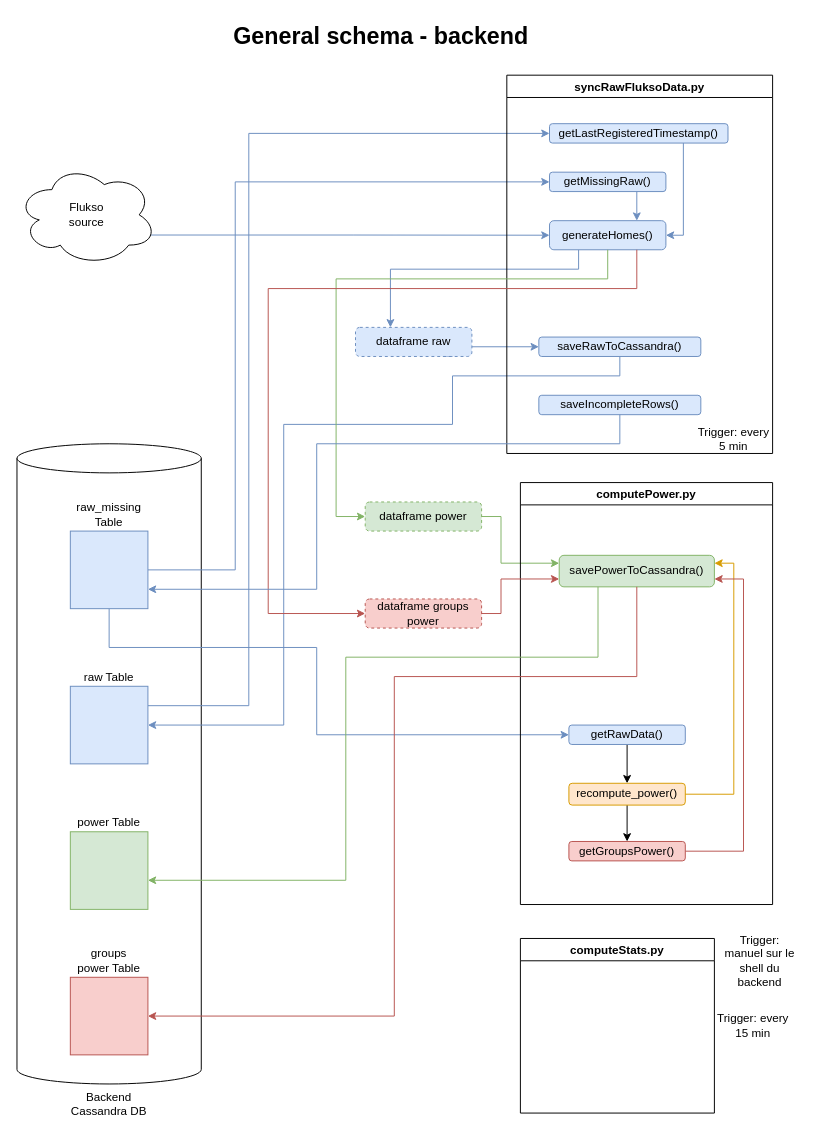
Earlier version of the draw.io diagram page "Backend - general" (7 of 10) of documentation/documentation_diagrams.drawio (AlexandreHnf/Voisin-d-energie-ULB). Source tidied: cells renumbered, new cells numbered last; positions are measured from the earlier drawing's top-left corner, leaving out a move shared by most shapes. Both pictures are drawn from the tidied source at 97%, with x=0, y=0 at pixel (16, 16).
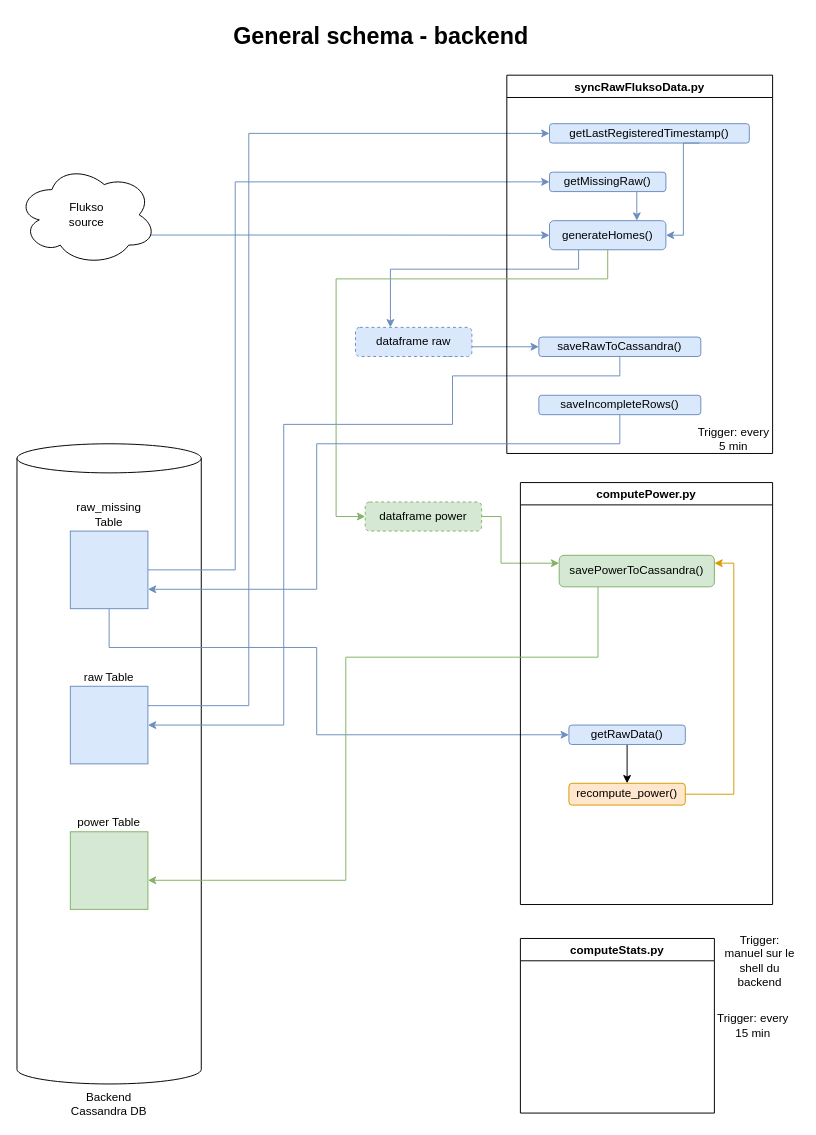
After the change.

Commit message (it also covers changes not shown here):
doc : update backend schemas : remove groups

The change refers to these unchanged cells:
```xml
<mxCell id="18" value="syncRawFluksoData.py" style="swimlane;" parent="1" vertex="1">
  <mxGeometry x="505" y="60" width="274" height="390" as="geometry" />
</mxCell>
<mxCell id="23" value="generateHomes()" style="rounded=1;whiteSpace=wrap;html=1;fillColor=#dae8fc;strokeColor=#6c8ebf;" parent="18" vertex="1">
  <mxGeometry x="44" y="150" width="120" height="30" as="geometry" />
</mxCell>
<mxCell id="27" value="computePower.py" style="swimlane;" parent="1" vertex="1">
  <mxGeometry x="519" y="480" width="260" height="435" as="geometry" />
</mxCell>
<mxCell id="29" value="&lt;div&gt;recompute_power()&lt;/div&gt;" style="rounded=1;whiteSpace=wrap;html=1;fillColor=#ffe6cc;strokeColor=#d79b00;" parent="27" vertex="1">
  <mxGeometry x="50" y="310" width="120" height="22.5" as="geometry" />
</mxCell>
<mxCell id="30" value="savePowerToCassandra()" style="rounded=1;whiteSpace=wrap;html=1;fillColor=#d5e8d4;strokeColor=#82b366;" parent="27" vertex="1">
  <mxGeometry x="40" y="75" width="160" height="32.5" as="geometry" />
</mxCell>
```

What changed in the source:
```diff
@@
     <mxCell id="22" value="getLastRegisteredTimestamp()" style="rounded=1;whiteSpace=wrap;html=1;fillColor=#dae8fc;strokeColor=#6c8ebf;" parent="18" vertex="1">
-      <mxGeometry x="44" y="50" width="184" height="20" as="geometry" />
+      <mxGeometry x="44" y="50" width="206" height="20" as="geometry" />
     </mxCell>
@@
-    <mxCell id="28" style="edgeStyle=orthogonalEdgeStyle;rounded=0;jettySize=auto;html=1;exitX=0.5;exitY=1;exitDx=0;exitDy=0;entryX=0.5;entryY=0;entryDx=0;entryDy=0;" parent="27" edge="1" source="29" target="33">
-      <mxGeometry relative="1" as="geometry" />
-    </mxCell>
@@
-    <mxCell id="32" style="edgeStyle=orthogonalEdgeStyle;rounded=0;jettySize=auto;html=1;exitX=1;exitY=0.5;exitDx=0;exitDy=0;entryX=1;entryY=0.75;entryDx=0;entryDy=0;fillColor=#f8cecc;strokeColor=#b85450;" parent="27" edge="1" source="33" target="30">
-      <mxGeometry relative="1" as="geometry">
-        <Array as="points">
-          <mxPoint x="230" y="380" />
-          <mxPoint x="230" y="99" />
-        </Array>
-      </mxGeometry>
-    </mxCell>
-    <mxCell id="33" value="getGroupsPower()" style="rounded=1;whiteSpace=wrap;html=1;fillColor=#f8cecc;strokeColor=#b85450;" parent="27" vertex="1">
-      <mxGeometry x="50" y="370" width="120" height="20" as="geometry" />
-    </mxCell>
@@
-    <mxCell id="37" value="groups &lt;br&gt;&lt;div&gt;power Table&lt;/div&gt;" style="whiteSpace=wrap;html=1;labelPosition=center;verticalLabelPosition=top;align=center;verticalAlign=bottom;fillColor=#f8cecc;strokeColor=#b85450;" parent="1" vertex="1">
-      <mxGeometry x="55" y="990" width="80" height="80" as="geometry" />
-    </mxCell>
@@
-    <mxCell id="40" style="edgeStyle=orthogonalEdgeStyle;rounded=0;jettySize=auto;html=1;exitX=1;exitY=0.5;exitDx=0;exitDy=0;entryX=0;entryY=0.75;entryDx=0;entryDy=0;fillColor=#f8cecc;strokeColor=#b85450;" parent="1" edge="1" source="41" target="30">
-      <mxGeometry relative="1" as="geometry">
-        <Array as="points">
-          <mxPoint x="499" y="615" />
-          <mxPoint x="499" y="579" />
-        </Array>
-      </mxGeometry>
-    </mxCell>
-    <mxCell id="41" value="dataframe groups power" style="rounded=1;whiteSpace=wrap;html=1;dashed=1;fillColor=#f8cecc;strokeColor=#b85450;" parent="1" vertex="1">
-      <mxGeometry x="359" y="600" width="120" height="30" as="geometry" />
-    </mxCell>
@@
-    <mxCell id="43" style="edgeStyle=orthogonalEdgeStyle;rounded=0;jettySize=auto;html=1;exitX=0.75;exitY=1;exitDx=0;exitDy=0;fillColor=#f8cecc;strokeColor=#b85450;" parent="1" edge="1" source="23" target="41">
-      <mxGeometry relative="1" as="geometry">
-        <Array as="points">
-          <mxPoint x="639" y="280" />
-          <mxPoint x="259" y="280" />
-        </Array>
-      </mxGeometry>
-    </mxCell>
@@
-    <mxCell id="45" style="edgeStyle=orthogonalEdgeStyle;rounded=0;jettySize=auto;html=1;exitX=0.5;exitY=1;exitDx=0;exitDy=0;entryX=1;entryY=0.5;entryDx=0;entryDy=0;fillColor=#f8cecc;strokeColor=#b85450;" parent="1" edge="1" source="30" target="37">
-      <mxGeometry relative="1" as="geometry">
-        <Array as="points">
-          <mxPoint x="639" y="680" />
-          <mxPoint x="389" y="680" />
-          <mxPoint x="389" y="1030" />
-        </Array>
-      </mxGeometry>
-    </mxCell>
```
